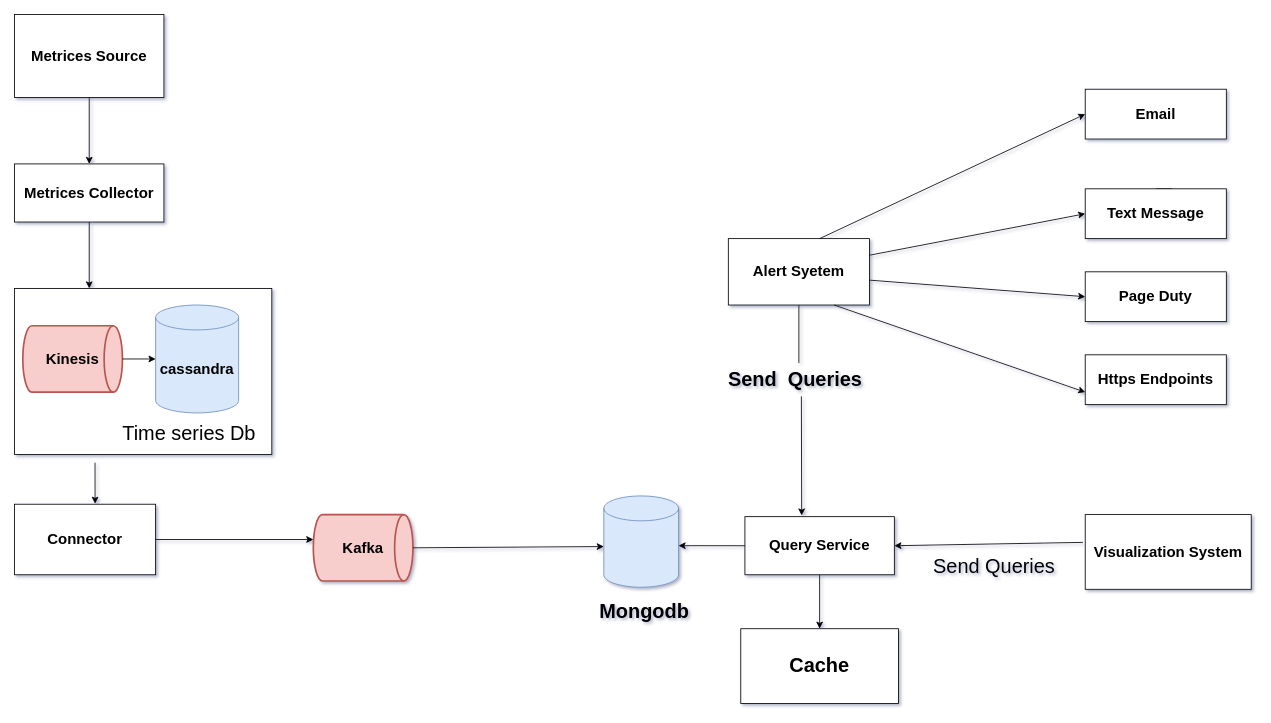
The draw.io diagram Untitled Diagram.drawio in Tarunagg1/draw, before the edit. Source tidied: cells renumbered, new cells numbered last; positions are measured from the earlier drawing's top-left corner, leaving out a move shared by most shapes. Both pictures are drawn from the tidied source at 83%, with x=0, y=0 at pixel (14, 14).
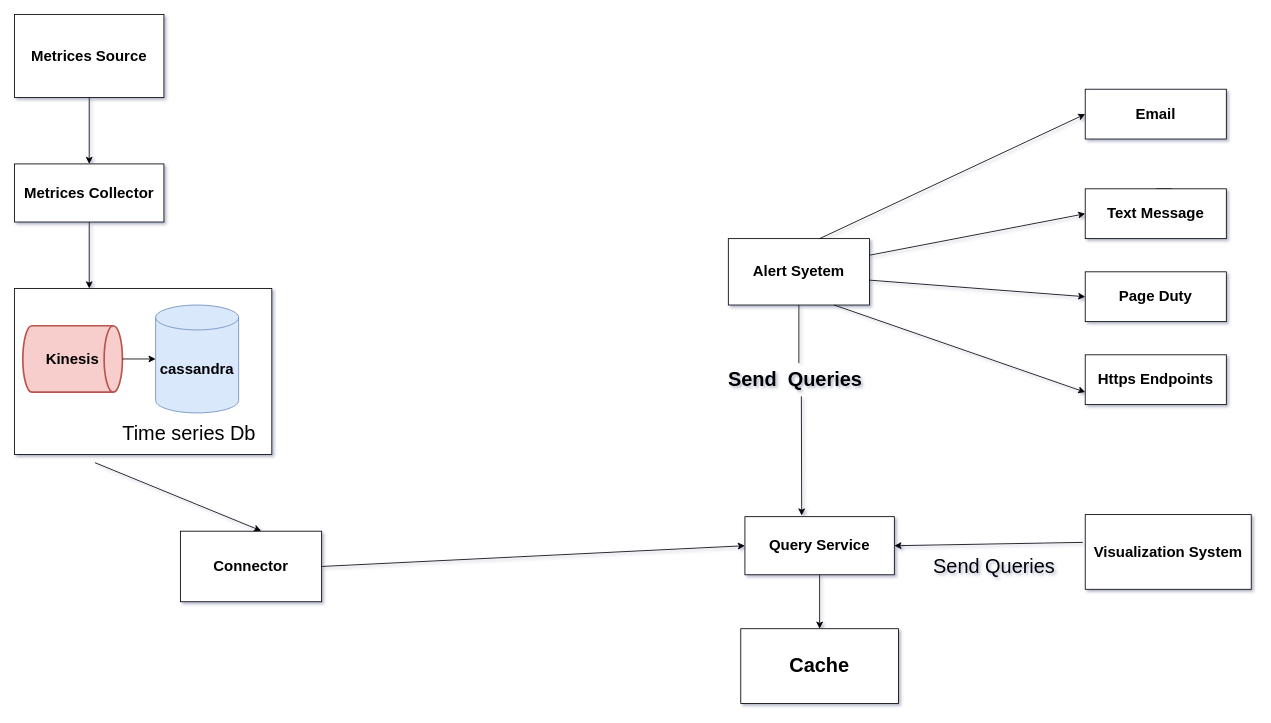
After the change.

The change refers to these unchanged cells:
```xml
<mxCell id="9" value="&lt;span style=&quot;font-size: 18px&quot;&gt;&lt;b&gt;Query Service&lt;/b&gt;&lt;/span&gt;" style="rounded=0;whiteSpace=wrap;html=1;" parent="1" vertex="1">
  <mxGeometry x="880" y="605" width="180" height="70" as="geometry" />
</mxCell>
```

Diff of the diagram source:
```diff
@@
-    <mxCell id="4" value="&lt;span style=&quot;font-size: 18px&quot;&gt;&lt;b&gt;Kafka&lt;/b&gt;&lt;/span&gt;" style="strokeWidth=2;html=1;shape=mxgraph.flowchart.direct_data;whiteSpace=wrap;fillColor=#f8cecc;strokeColor=#b85450;" parent="1" vertex="1">
-      <mxGeometry x="360" y="602.5" width="120" height="80" as="geometry" />
-    </mxCell>
-    <mxCell id="5" style="shape=cylinder3;whiteSpace=wrap;html=1;boundedLbl=1;backgroundOutline=1;size=15;fillColor=#dae8fc;strokeColor=#6c8ebf;" parent="1" vertex="1">
-      <mxGeometry x="710" y="580" width="90" height="110" as="geometry" />
-    </mxCell>
-    <mxCell id="6" value="&lt;h1&gt;Mongodb&lt;/h1&gt;" style="text;html=1;strokeColor=none;fillColor=none;spacing=5;spacingTop=-20;whiteSpace=wrap;overflow=hidden;rounded=0;" parent="1" vertex="1">
-      <mxGeometry x="700" y="700" width="140" height="40" as="geometry" />
-    </mxCell>
@@
     <mxCell id="8" value="&lt;b&gt;&lt;font style=&quot;font-size: 18px&quot;&gt;Connector&lt;/font&gt;&lt;/b&gt;" style="rounded=0;whiteSpace=wrap;html=1;" parent="1" vertex="1">
-      <mxGeometry y="590" width="170" height="85" as="geometry" />
+      <mxGeometry x="200" y="622.5" width="170" height="85" as="geometry" />
     </mxCell>
@@
-    <mxCell id="26" style="endArrow=classic;html=1;rounded=1;fontSize=24;exitX=1;exitY=0.5;exitDx=0;exitDy=0;exitPerimeter=0;" parent="1" edge="1" source="4">
-      <mxGeometry relative="1" as="geometry">
-        <mxPoint x="710" y="641" as="targetPoint" />
-      </mxGeometry>
-    </mxCell>
@@
-    <mxCell id="30" style="endArrow=classic;html=1;rounded=1;fontSize=24;exitX=1;exitY=0.5;exitDx=0;exitDy=0;entryX=0;entryY=0.375;entryDx=0;entryDy=0;entryPerimeter=0;" parent="1" edge="1" source="8" target="4">
+    <mxCell id="30" style="endArrow=classic;html=1;rounded=1;fontSize=24;entryX=0;entryY=0.5;entryDx=0;entryDy=0;exitX=1;exitY=0.5;exitDx=0;exitDy=0;" parent="1" edge="1" source="8" target="9">
       <mxGeometry relative="1" as="geometry" />
     </mxCell>
@@
-    <mxCell id="33" style="endArrow=classic;html=1;rounded=1;fontSize=24;exitX=0;exitY=0.5;exitDx=0;exitDy=0;entryX=1;entryY=0.545;entryDx=0;entryDy=0;entryPerimeter=0;" parent="1" edge="1" source="9" target="5">
-      <mxGeometry relative="1" as="geometry" />
-    </mxCell>
```
